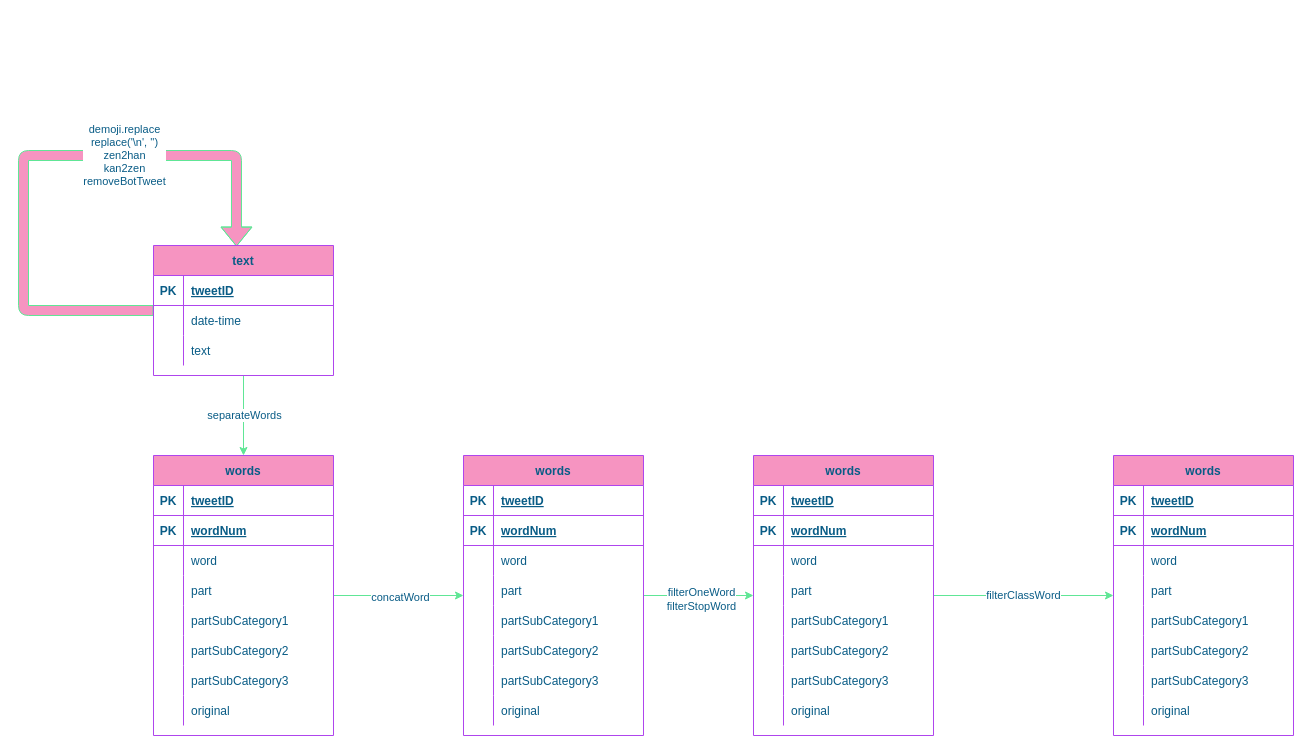
Above: Untitled Diagram.drawio in YuriNakayama/statsmodels (draw.io), before the change. Source tidied: cells renumbered, new cells numbered last; positions are measured from the earlier drawing's top-left corner, leaving out a move shared by most shapes. Both pictures are drawn from the tidied source at 100%, with x=0, y=0 at pixel (23, 155).
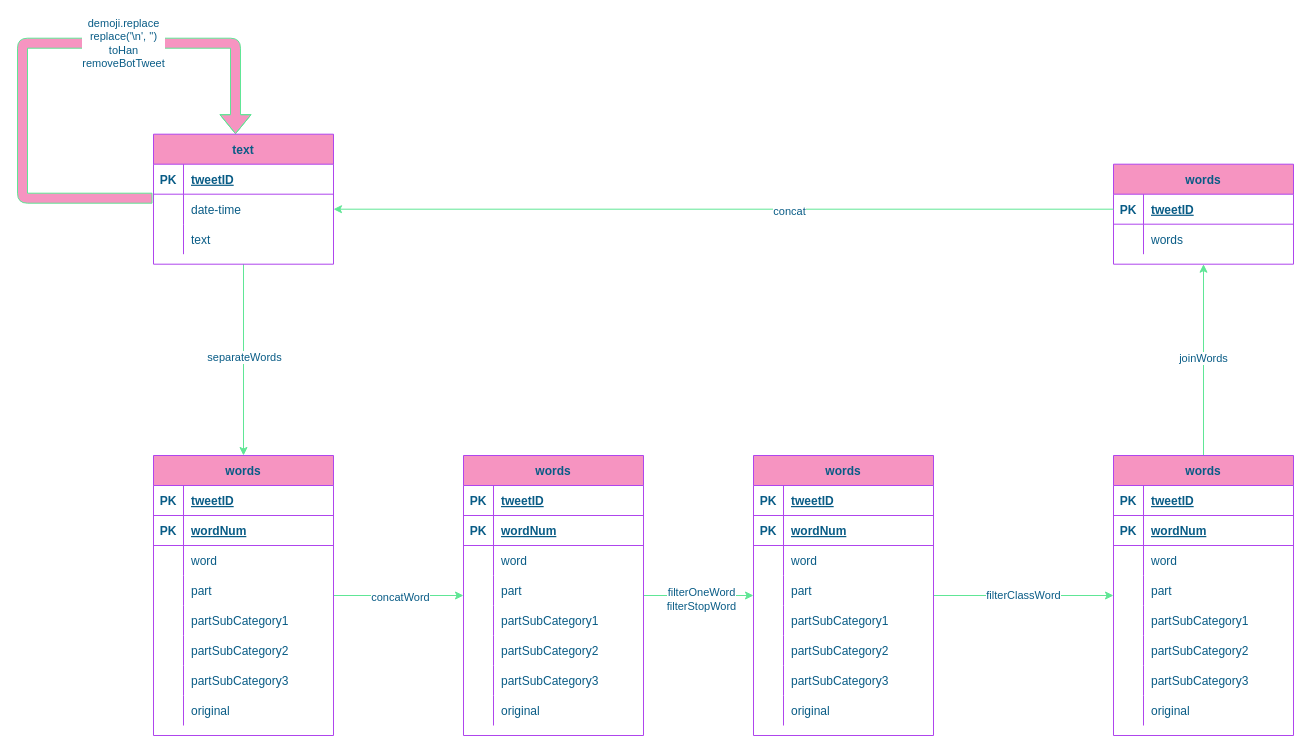
After the change.

The change refers to these unchanged cells:
```xml
<mxCell id="9" style="shape=tableRow;horizontal=0;startSize=0;swimlaneHead=0;swimlaneBody=0;fillColor=none;points=[[0,0.5],[1,0.5]];portConstraint=eastwest;top=0;left=0;right=0;bottom=0;strokeColor=#AF45ED;fontColor=#095C86;" parent="5" vertex="1">
  <mxGeometry y="60" width="180" height="30" as="geometry" />
</mxCell>
<mxCell id="95" value="words" style="shape=table;startSize=30;childLayout=tableLayout;rowLines=0;fontStyle=1;align=center;fillColor=#F694C1;strokeColor=#AF45ED;fontColor=#095C86;" parent="1" vertex="1">
  <mxGeometry x="1090" y="300" width="180" height="280" as="geometry" />
</mxCell>
```

Diff of the diagram source:
```diff
@@
-    <mxCell id="2" value="demoji.replace&lt;br&gt;replace('\n', '')&lt;br&gt;zen2han&lt;br&gt;kan2zen&lt;br&gt;removeBotTweet" style="edgeStyle=orthogonalEdgeStyle;shape=flexArrow;curved=0;rounded=1;sketch=0;orthogonalLoop=1;jettySize=auto;html=1;fontColor=#095C86;strokeColor=#60E696;fillColor=#F694C1;entryX=0.461;entryY=0.008;entryDx=0;entryDy=0;entryPerimeter=0;" parent="1" edge="1" source="5" target="5">
+    <mxCell id="2" value="demoji.replace&lt;br&gt;replace('\n', '')&lt;br&gt;toHan&lt;br&gt;removeBotTweet" style="edgeStyle=orthogonalEdgeStyle;shape=flexArrow;curved=0;rounded=1;sketch=0;orthogonalLoop=1;jettySize=auto;html=1;fontColor=#095C86;strokeColor=#60E696;fillColor=#F694C1;entryX=0.461;entryY=0.008;entryDx=0;entryDy=0;entryPerimeter=0;" parent="1" edge="1">
       <mxGeometry x="0.31" relative="1" as="geometry">
+        <mxPoint x="129" y="42.7" as="sourcePoint" />
+        <mxPoint x="212" y="-21.3" as="targetPoint" />
         <Array as="points">
-          <mxPoint y="155" />
-          <mxPoint />
-          <mxPoint x="213" />
+          <mxPoint x="-1" y="42.7" />
+          <mxPoint x="-1" y="-112.3" />
+          <mxPoint x="212" y="-112.3" />
         </Array>
       </mxGeometry>
     </mxCell>
@@
     <mxCell id="5" value="text" style="shape=table;startSize=30;childLayout=tableLayout;rowLines=0;fontStyle=1;align=center;fillColor=#F694C1;strokeColor=#AF45ED;fontColor=#095C86;" parent="1" vertex="1">
-      <mxGeometry x="130" y="90" width="180" height="130" as="geometry" />
+      <mxGeometry x="130" y="-21.3" width="180" height="130" as="geometry" />
     </mxCell>
@@
+    <mxCell id="120" style="edgeStyle=orthogonalEdgeStyle;curved=0;rounded=1;sketch=0;jettySize=auto;html=1;fontColor=#095C86;strokeColor=#60E696;fillColor=#F694C1;" parent="1" edge="1" source="95" target="122">
+      <mxGeometry relative="1" as="geometry" />
+    </mxCell>
+    <mxCell id="121" value="joinWords" style="edgeLabel;html=1;align=center;verticalAlign=middle;fontColor=#095C86;" parent="120" vertex="1">
+      <mxGeometry x="0.02" y="1" relative="1" as="geometry" />
+    </mxCell>
@@
+    <mxCell id="122" value="words" style="shape=table;startSize=30;childLayout=tableLayout;rowLines=0;fontStyle=1;align=center;fillColor=#F694C1;strokeColor=#AF45ED;fontColor=#095C86;" parent="1" vertex="1">
+      <mxGeometry x="1090" y="8.7" width="180" height="100" as="geometry" />
+    </mxCell>
+    <mxCell id="123" style="shape=tableRow;horizontal=0;startSize=0;swimlaneHead=0;swimlaneBody=0;fillColor=none;points=[[0,0.5],[1,0.5]];portConstraint=eastwest;top=0;left=0;right=0;bottom=1;strokeColor=#AF45ED;fontColor=#095C86;" parent="122" vertex="1">
+      <mxGeometry y="30" width="180" height="30" as="geometry" />
+    </mxCell>
+    <mxCell id="124" value="PK" style="shape=partialRectangle;fillColor=none;top=0;left=0;bottom=0;right=0;fontStyle=1;overflow=hidden;strokeColor=#AF45ED;fontColor=#095C86;" parent="123" vertex="1">
+      <mxGeometry width="30" height="30" as="geometry" />
+    </mxCell>
+    <mxCell id="125" value="tweetID" style="shape=partialRectangle;fillColor=none;top=0;left=0;bottom=0;right=0;align=left;spacingLeft=6;fontStyle=5;overflow=hidden;strokeColor=#AF45ED;fontColor=#095C86;" parent="123" vertex="1">
+      <mxGeometry x="30" width="150" height="30" as="geometry" />
+    </mxCell>
+    <mxCell id="126" style="shape=tableRow;horizontal=0;startSize=0;swimlaneHead=0;swimlaneBody=0;fillColor=none;top=0;left=0;right=0;bottom=0;strokeColor=#AF45ED;fontColor=#095C86;" parent="122" vertex="1">
+      <mxGeometry y="60" width="180" height="30" as="geometry" />
+    </mxCell>
+    <mxCell id="127" style="shape=partialRectangle;fillColor=none;top=0;left=0;bottom=0;right=0;overflow=hidden;strokeColor=#AF45ED;fontColor=#095C86;" parent="126" vertex="1">
+      <mxGeometry width="30" height="30" as="geometry" />
+    </mxCell>
+    <mxCell id="128" value="words" style="shape=partialRectangle;fillColor=none;top=0;left=0;bottom=0;right=0;align=left;spacingLeft=6;overflow=hidden;strokeColor=#AF45ED;fontColor=#095C86;" parent="126" vertex="1">
+      <mxGeometry x="30" width="150" height="30" as="geometry" />
+    </mxCell>
+    <mxCell id="129" style="edgeStyle=orthogonalEdgeStyle;curved=0;rounded=1;sketch=0;jettySize=auto;html=1;entryX=1;entryY=0.5;entryDx=0;entryDy=0;fontColor=#095C86;strokeColor=#60E696;fillColor=#F694C1;" parent="1" edge="1" source="123" target="9">
+      <mxGeometry relative="1" as="geometry" />
+    </mxCell>
+    <mxCell id="130" value="concat" style="edgeLabel;html=1;align=center;verticalAlign=middle;fontColor=#095C86;" parent="129" vertex="1">
+      <mxGeometry x="-0.17" y="2" relative="1" as="geometry">
+        <mxPoint x="-1" as="offset" />
+      </mxGeometry>
+    </mxCell>
```
